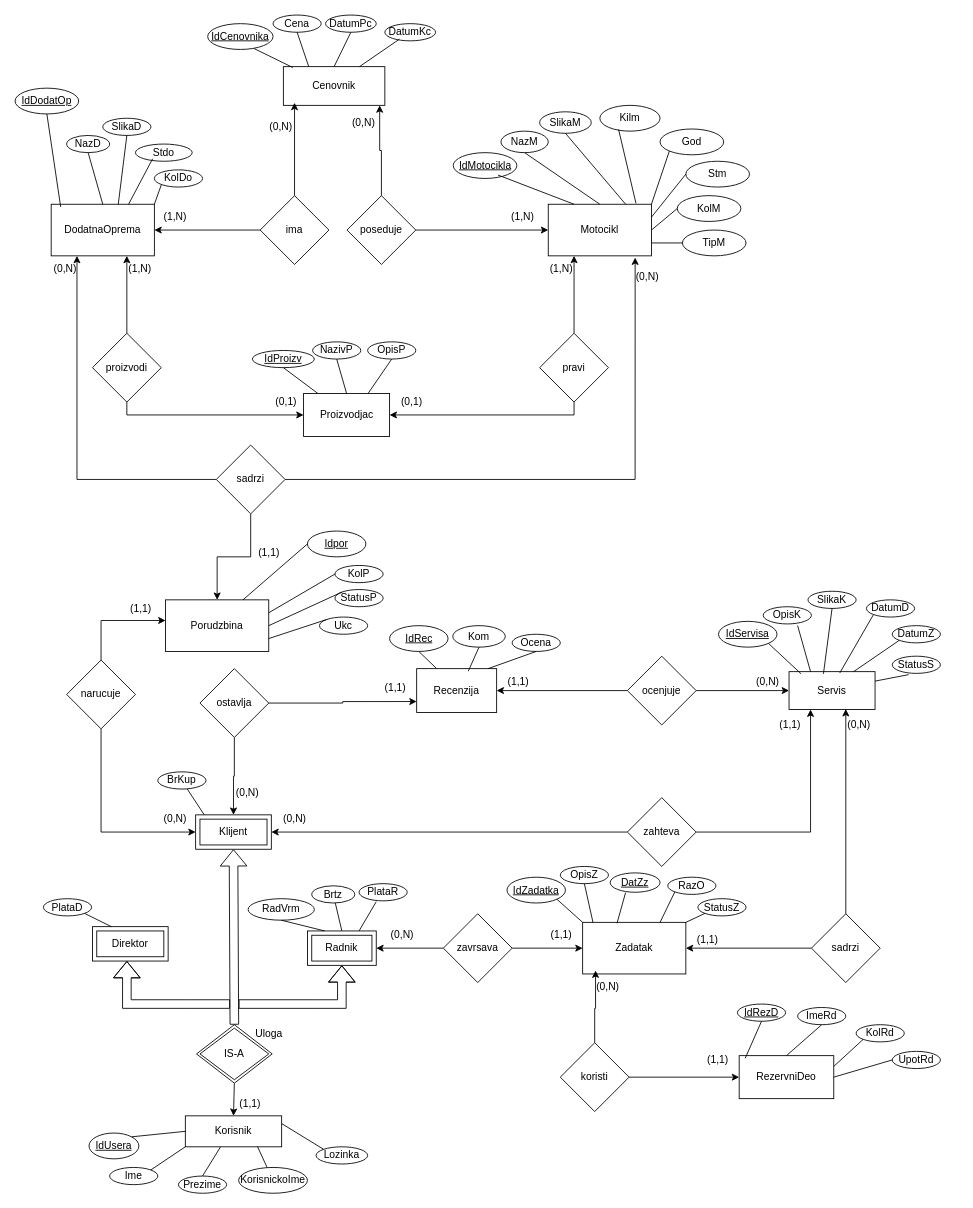
Earlier version of the draw.io diagram EER_Model.drawio (StefanRadasinovic/DiplomskiRAD). Source tidied: cells renumbered, new cells numbered last; positions are measured from the earlier drawing's top-left corner, leaving out a move shared by most shapes. Both pictures are drawn from the tidied source at 86%, with x=0, y=0 at pixel (15, 15).
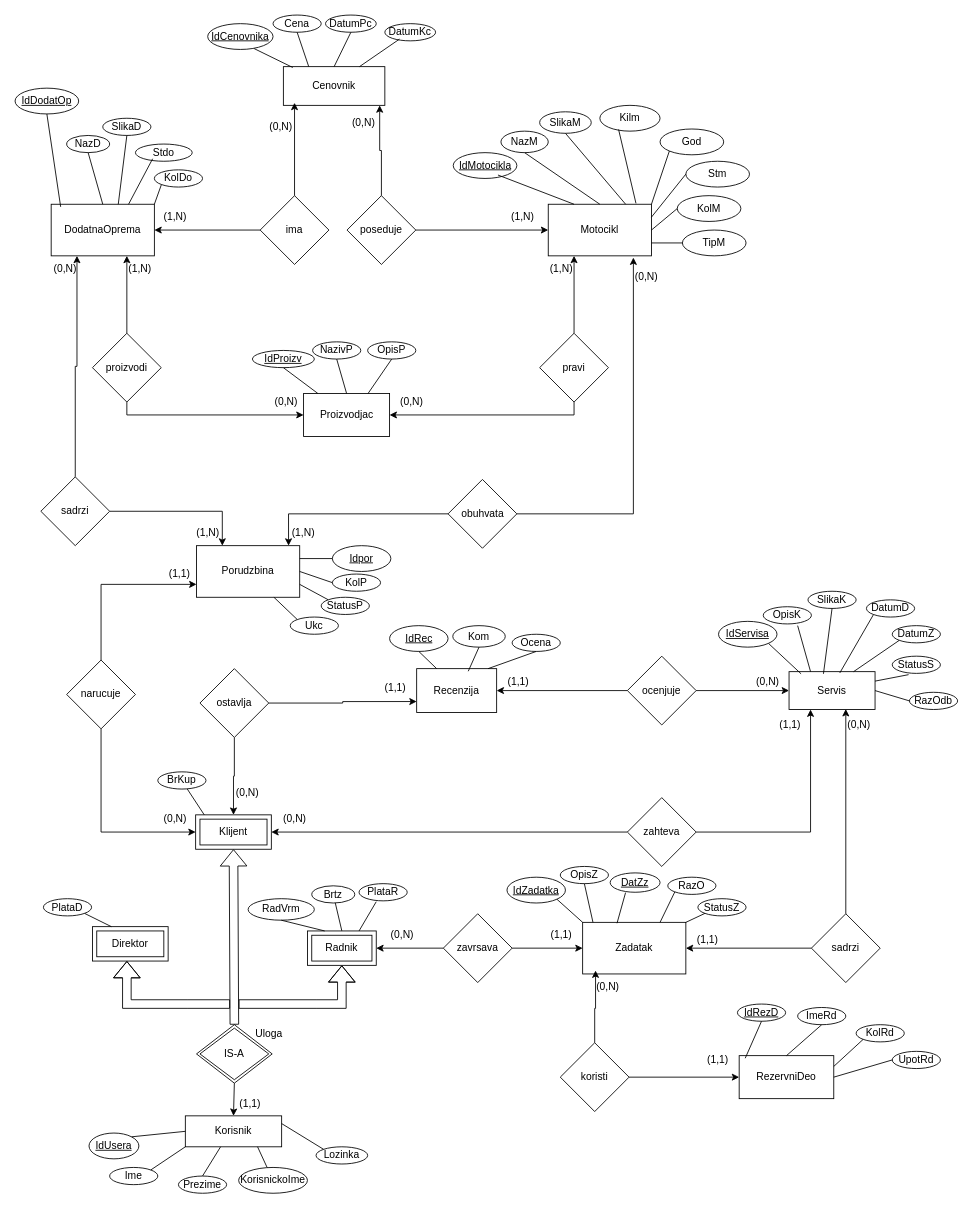
Above is the later version.

Unchanged cells that the change refers to:
```xml
<mxCell id="32" value="narucuje" style="rhombus;whiteSpace=wrap;html=1;" parent="1" vertex="1">
  <mxGeometry x="60" y="750" width="80" height="80" as="geometry" />
</mxCell>
<mxCell id="36" value="Motocikl" style="rounded=0;whiteSpace=wrap;html=1;" parent="1" vertex="1">
  <mxGeometry x="620" y="220" width="120" height="60" as="geometry" />
</mxCell>
<mxCell id="37" value="DodatnaOprema" style="rounded=0;whiteSpace=wrap;html=1;" parent="1" vertex="1">
  <mxGeometry x="42" y="220" width="120" height="60" as="geometry" />
</mxCell>
<mxCell id="115" value="Servis" style="rounded=0;whiteSpace=wrap;html=1;" parent="1" vertex="1">
  <mxGeometry x="900" y="763.5" width="100" height="44" as="geometry" />
</mxCell>
```

Change to the diagram source:
```diff
@@
     <mxCell id="30" value="Porudzbina" style="rounded=0;whiteSpace=wrap;html=1;" parent="1" vertex="1">
-      <mxGeometry x="175" y="680" width="120" height="60" as="geometry" />
+      <mxGeometry x="211" y="617" width="120" height="60" as="geometry" />
     </mxCell>
@@
+    <mxCell id="123" style="edgeStyle=orthogonalEdgeStyle;rounded=0;jettySize=auto;html=1;entryX=0;entryY=0.75;entryDx=0;entryDy=0;" parent="1" edge="1" source="32" target="30">
+      <mxGeometry relative="1" as="geometry">
+        <Array as="points">
+          <mxPoint x="100" y="662" />
+        </Array>
+      </mxGeometry>
+    </mxCell>
@@
+    <mxCell id="34" style="edgeStyle=orthogonalEdgeStyle;rounded=0;jettySize=auto;html=1;entryX=0.25;entryY=1;entryDx=0;entryDy=0;" parent="1" edge="1" source="35" target="37">
+      <mxGeometry relative="1" as="geometry" />
+    </mxCell>
-    <mxCell id="33" style="edgeStyle=orthogonalEdgeStyle;rounded=0;jettySize=auto;html=1;entryX=0.5;entryY=0;entryDx=0;entryDy=0;" parent="1" edge="1" source="35" target="30">
+    <mxCell id="33" style="edgeStyle=orthogonalEdgeStyle;rounded=0;jettySize=auto;html=1;entryX=0.25;entryY=0;entryDx=0;entryDy=0;" parent="1" edge="1" source="35" target="30">
       <mxGeometry relative="1" as="geometry" />
     </mxCell>
-    <mxCell id="34" style="edgeStyle=orthogonalEdgeStyle;rounded=0;jettySize=auto;html=1;entryX=0.25;entryY=1;entryDx=0;entryDy=0;" parent="1" edge="1" source="35" target="37">
-      <mxGeometry relative="1" as="geometry" />
-    </mxCell>
     <mxCell id="35" value="sadrzi" style="rhombus;whiteSpace=wrap;html=1;" parent="1" vertex="1">
-      <mxGeometry x="234" y="500" width="80" height="80" as="geometry" />
+      <mxGeometry x="30" y="537" width="80" height="80" as="geometry" />
     </mxCell>
@@
-    <mxCell id="71" value="(1,1)" style="text;html=1;align=center;verticalAlign=middle;strokeColor=none;fillColor=none;" parent="1" vertex="1">
-      <mxGeometry x="271" y="612" width="48" height="28" as="geometry" />
+    <mxCell id="71" value="(1,N)" style="text;html=1;align=center;verticalAlign=middle;strokeColor=none;fillColor=none;" parent="1" vertex="1">
+      <mxGeometry x="199" y="587" width="50" height="30" as="geometry" />
     </mxCell>
@@
     <mxCell id="73" value="(0,N)" style="text;html=1;align=center;verticalAlign=middle;strokeColor=none;fillColor=none;" parent="1" vertex="1">
-      <mxGeometry x="710" y="290" width="50" height="30" as="geometry" />
+      <mxGeometry x="709" y="290" width="50" height="30" as="geometry" />
     </mxCell>
@@
     <mxCell id="83" value="(1,1)" style="text;html=1;align=center;verticalAlign=middle;strokeColor=none;fillColor=none;" parent="1" vertex="1">
-      <mxGeometry x="122" y="677" width="48" height="28" as="geometry" />
+      <mxGeometry x="167" y="636" width="48" height="28" as="geometry" />
     </mxCell>
@@
-    <mxCell id="98" value="(0,1)" style="text;html=1;align=center;verticalAlign=middle;strokeColor=none;fillColor=none;" parent="1" vertex="1">
+    <mxCell id="98" value="(0,N)" style="text;html=1;align=center;verticalAlign=middle;strokeColor=none;fillColor=none;" parent="1" vertex="1">
       <mxGeometry x="290" y="435" width="50" height="30" as="geometry" />
     </mxCell>
@@
-    <mxCell id="122" style="edgeStyle=orthogonalEdgeStyle;rounded=0;jettySize=auto;html=1;entryX=0.842;entryY=1.033;entryDx=0;entryDy=0;entryPerimeter=0;" parent="1" edge="1" source="35" target="36">
-      <mxGeometry relative="1" as="geometry" />
-    </mxCell>
-    <mxCell id="123" style="edgeStyle=orthogonalEdgeStyle;rounded=0;jettySize=auto;html=1;entryX=0;entryY=0.4;entryDx=0;entryDy=0;entryPerimeter=0;exitX=0.5;exitY=0;exitDx=0;exitDy=0;" parent="1" edge="1" source="32" target="30">
-      <mxGeometry relative="1" as="geometry" />
-    </mxCell>
     <mxCell id="124" value="KolP" style="ellipse;whiteSpace=wrap;html=1;align=center;" parent="1" vertex="1">
-      <mxGeometry x="372" y="640" width="56" height="20" as="geometry" />
+      <mxGeometry x="369" y="650" width="56" height="20" as="geometry" />
     </mxCell>
     <mxCell id="125" value="Idpor" style="ellipse;whiteSpace=wrap;html=1;align=center;fontStyle=4;" parent="1" vertex="1">
-      <mxGeometry x="340" y="600" width="68" height="30" as="geometry" />
+      <mxGeometry x="369" y="617" width="68" height="30" as="geometry" />
     </mxCell>
@@
     <mxCell id="128" value="Ukc" style="ellipse;whiteSpace=wrap;html=1;align=center;" parent="1" vertex="1">
-      <mxGeometry x="354" y="700" width="56" height="20" as="geometry" />
+      <mxGeometry x="320" y="700" width="56" height="20" as="geometry" />
     </mxCell>
     <mxCell id="129" value="StatusP" style="ellipse;whiteSpace=wrap;html=1;align=center;" parent="1" vertex="1">
-      <mxGeometry x="372" y="668" width="56" height="20" as="geometry" />
+      <mxGeometry x="356" y="677" width="56" height="20" as="geometry" />
     </mxCell>
-    <mxCell id="130" style="endArrow=none;html=1;rounded=0;entryX=0;entryY=0.5;entryDx=0;entryDy=0;exitX=0.75;exitY=0;exitDx=0;exitDy=0;" parent="1" edge="1" source="30" target="125">
+    <mxCell id="130" style="endArrow=none;html=1;rounded=0;entryX=0;entryY=0.5;entryDx=0;entryDy=0;exitX=1;exitY=0.25;exitDx=0;exitDy=0;" parent="1" edge="1" source="30" target="125">
       <mxGeometry relative="1" as="geometry" />
     </mxCell>
-    <mxCell id="131" style="endArrow=none;html=1;rounded=0;entryX=0;entryY=0.5;entryDx=0;entryDy=0;exitX=1;exitY=0.25;exitDx=0;exitDy=0;" parent="1" edge="1" source="30" target="124">
+    <mxCell id="131" style="endArrow=none;html=1;rounded=0;entryX=0;entryY=0.5;entryDx=0;entryDy=0;exitX=1;exitY=0.5;exitDx=0;exitDy=0;" parent="1" edge="1" source="30" target="124">
       <mxGeometry relative="1" as="geometry" />
     </mxCell>
-    <mxCell id="132" style="endArrow=none;html=1;rounded=0;entryX=0;entryY=0;entryDx=0;entryDy=0;exitX=1;exitY=0.5;exitDx=0;exitDy=0;" parent="1" edge="1" source="30" target="129">
+    <mxCell id="132" style="endArrow=none;html=1;rounded=0;entryX=0;entryY=0;entryDx=0;entryDy=0;exitX=1;exitY=0.75;exitDx=0;exitDy=0;" parent="1" edge="1" source="30" target="129">
       <mxGeometry relative="1" as="geometry" />
     </mxCell>
-    <mxCell id="133" style="endArrow=none;html=1;rounded=0;entryX=0;entryY=0;entryDx=0;entryDy=0;exitX=1;exitY=0.75;exitDx=0;exitDy=0;" parent="1" edge="1" source="30" target="128">
+    <mxCell id="133" style="endArrow=none;html=1;rounded=0;entryX=0;entryY=0;entryDx=0;entryDy=0;exitX=0.75;exitY=1;exitDx=0;exitDy=0;" parent="1" edge="1" source="30" target="128">
       <mxGeometry relative="1" as="geometry" />
     </mxCell>
@@
-    <mxCell id="185" value="(0,1)" style="text;html=1;align=center;verticalAlign=middle;strokeColor=none;fillColor=none;" parent="1" vertex="1">
+    <mxCell id="185" value="(0,N)" style="text;html=1;align=center;verticalAlign=middle;strokeColor=none;fillColor=none;" parent="1" vertex="1">
       <mxGeometry x="435.5" y="435" width="50" height="30" as="geometry" />
     </mxCell>
@@
+    <mxCell id="198" value="RazOdb" style="ellipse;whiteSpace=wrap;html=1;align=center;" parent="1" vertex="1">
+      <mxGeometry x="1040" y="787.5" width="56" height="20" as="geometry" />
+    </mxCell>
+    <mxCell id="199" style="endArrow=none;html=1;rounded=0;entryX=0;entryY=0.5;entryDx=0;entryDy=0;exitX=1;exitY=0.5;exitDx=0;exitDy=0;" parent="1" edge="1" source="115" target="198">
+      <mxGeometry relative="1" as="geometry" />
+    </mxCell>
+    <mxCell id="200" style="edgeStyle=orthogonalEdgeStyle;rounded=0;jettySize=auto;html=1;entryX=0.825;entryY=1.033;entryDx=0;entryDy=0;entryPerimeter=0;" parent="1" edge="1" source="202" target="36">
+      <mxGeometry relative="1" as="geometry" />
+    </mxCell>
+    <mxCell id="201" style="edgeStyle=orthogonalEdgeStyle;rounded=0;jettySize=auto;html=1;entryX=0.892;entryY=0;entryDx=0;entryDy=0;entryPerimeter=0;" parent="1" edge="1" source="202" target="30">
+      <mxGeometry relative="1" as="geometry" />
+    </mxCell>
+    <mxCell id="202" value="obuhvata" style="rhombus;whiteSpace=wrap;html=1;" parent="1" vertex="1">
+      <mxGeometry x="503.5" y="540" width="80" height="80" as="geometry" />
+    </mxCell>
+    <mxCell id="203" value="(1,N)" style="text;html=1;align=center;verticalAlign=middle;strokeColor=none;fillColor=none;" parent="1" vertex="1">
+      <mxGeometry x="310" y="587" width="50" height="30" as="geometry" />
+    </mxCell>
```
